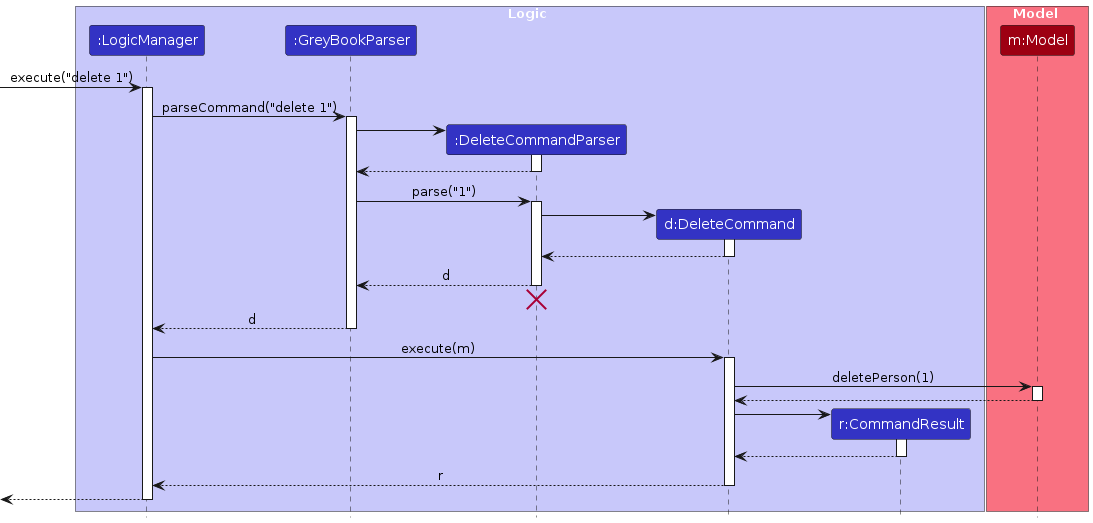
Above: diagrams/DeleteSequenceDiagram.png in TheMythologist/tp (PlantUML), before the change. Its source is kept beside it as diagrams/DeleteSequenceDiagram.puml.
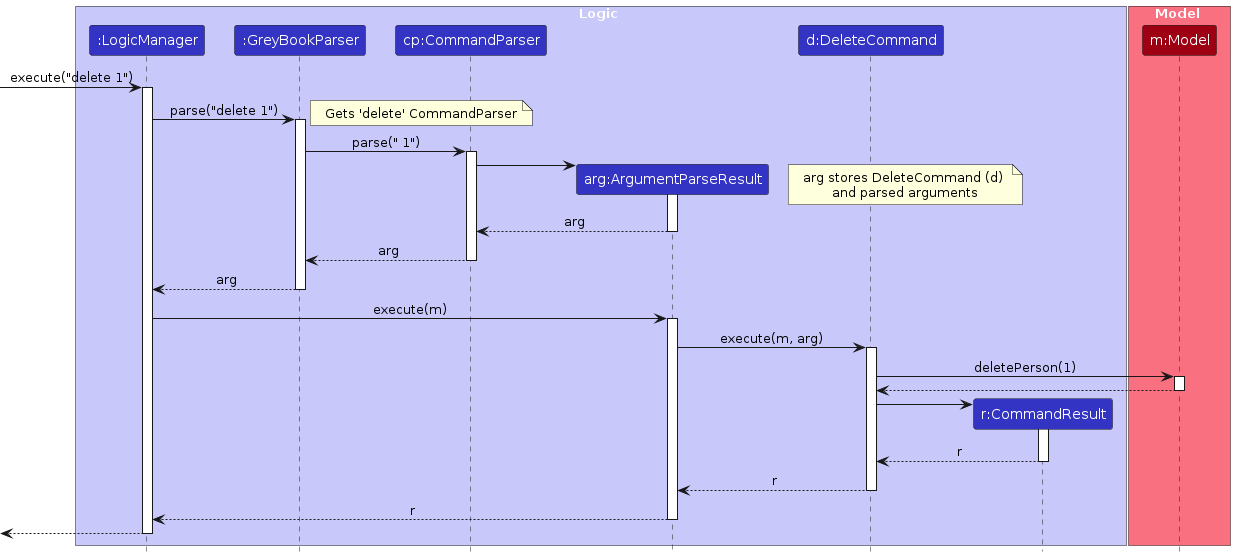
The same file after the commit.

Change to the diagram source:
```diff
@@ -5,7 +5,8 @@
 box Logic LOGIC_COLOR_T1
 participant ":LogicManager" as LogicManager LOGIC_COLOR
 participant ":GreyBookParser" as GreyBookParser LOGIC_COLOR
-participant ":DeleteCommandParser" as DeleteCommandParser LOGIC_COLOR
+participant "cp:CommandParser" as CommandParser LOGIC_COLOR
+participant "arg:ArgumentParseResult" as ArgumentParseResult LOGIC_COLOR
 participant "d:DeleteCommand" as DeleteCommand LOGIC_COLOR
 participant "r:CommandResult" as CommandResult LOGIC_COLOR
 end box
@@ -17,35 +18,31 @@
 [-> LogicManager : execute("delete 1")
 activate LogicManager
 
-LogicManager -> GreyBookParser : parseCommand("delete 1")
+LogicManager -> GreyBookParser : parse("delete 1")
 activate GreyBookParser
+note right: Gets 'delete' CommandParser
 
-create DeleteCommandParser
-GreyBookParser -> DeleteCommandParser
-activate DeleteCommandParser
+GreyBookParser -> CommandParser : parse(" 1")
+activate CommandParser
 
-DeleteCommandParser --> GreyBookParser
-deactivate DeleteCommandParser
+create ArgumentParseResult
+CommandParser -> ArgumentParseResult
+activate ArgumentParseResult
+note right: arg stores DeleteCommand (d) \nand parsed arguments
 
-GreyBookParser -> DeleteCommandParser : parse("1")
-activate DeleteCommandParser
+ArgumentParseResult --> CommandParser : arg
+deactivate ArgumentParseResult
 
-create DeleteCommand
-DeleteCommandParser -> DeleteCommand
-activate DeleteCommand
+CommandParser --> GreyBookParser : arg
+deactivate CommandParser
 
-DeleteCommand --> DeleteCommandParser :
-deactivate DeleteCommand
-
-DeleteCommandParser --> GreyBookParser : d
-deactivate DeleteCommandParser
-DeleteCommandParser -[hidden]-> GreyBookParser
-destroy DeleteCommandParser
-
-GreyBookParser --> LogicManager : d
+GreyBookParser --> LogicManager : arg
 deactivate GreyBookParser
 
-LogicManager -> DeleteCommand : execute(m)
+LogicManager -> ArgumentParseResult : execute(m)
+activate ArgumentParseResult
+
+ArgumentParseResult -> DeleteCommand : execute(m, arg)
 activate DeleteCommand
 
 DeleteCommand -> Model : deletePerson(1)
@@ -58,11 +55,14 @@
 DeleteCommand -> CommandResult
 activate CommandResult
 
-CommandResult --> DeleteCommand
+CommandResult --> DeleteCommand : r
 deactivate CommandResult
 
-DeleteCommand --> LogicManager : r
+DeleteCommand --> ArgumentParseResult : r
 deactivate DeleteCommand
+
+ArgumentParseResult --> LogicManager : r
+deactivate ArgumentParseResult
 
 [<--LogicManager
 deactivate LogicManager
```
